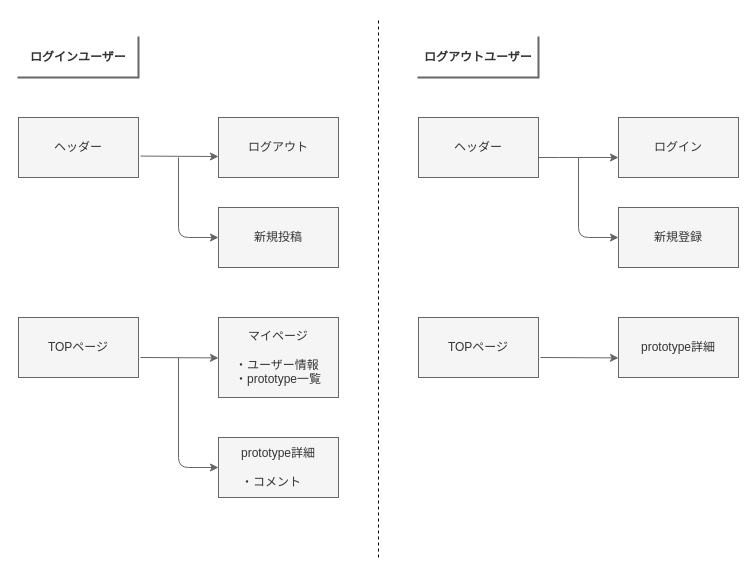
Before: page "画面遷移図" (2 of 2) of app/views/protospace.dio in rikakohira/protospace-38304, a draw.io diagram. Source tidied: cells renumbered, new cells numbered last; positions are measured from the earlier drawing's top-left corner, leaving out a move shared by most shapes. Both pictures are drawn from the tidied source at 100%, with x=0, y=0 at pixel (18, 17).
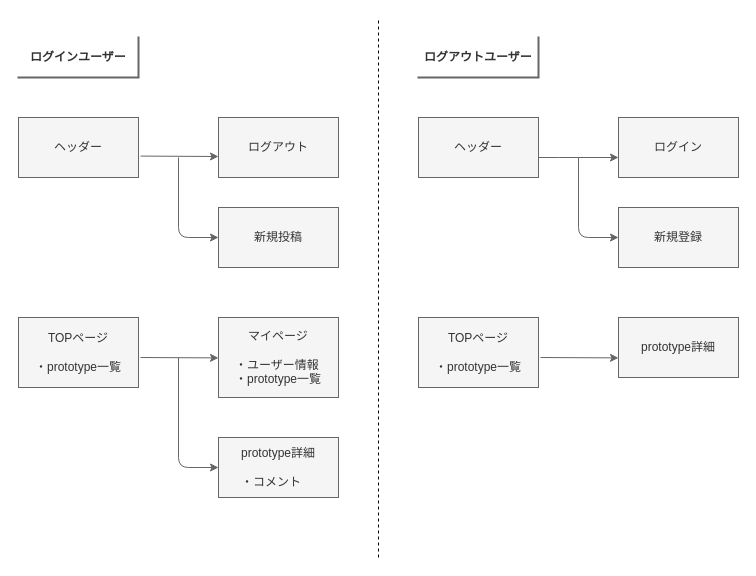
The same diagram, later.

The edit, as a diff of the source:
```diff
@@
-    <mxCell id="14" value="TOPページ" style="whiteSpace=wrap;html=1;strokeColor=#666666;fillColor=#f5f5f5;fontColor=#333333;" parent="1" vertex="1">
-      <mxGeometry y="300" width="120" height="60" as="geometry" />
+    <mxCell id="14" value="TOPページ&lt;br&gt;&lt;br&gt;&lt;div style=&quot;text-align: left&quot;&gt;&lt;span&gt;・prototype一覧&lt;/span&gt;&lt;/div&gt;" style="whiteSpace=wrap;html=1;strokeColor=#666666;fillColor=#f5f5f5;fontColor=#333333;" parent="1" vertex="1">
+      <mxGeometry y="300" width="120" height="70" as="geometry" />
     </mxCell>
@@
-    <mxCell id="19" value="TOPページ" style="whiteSpace=wrap;html=1;strokeColor=#666666;fillColor=#f5f5f5;fontColor=#333333;" parent="1" vertex="1">
-      <mxGeometry x="400" y="300" width="120" height="60" as="geometry" />
+    <mxCell id="19" value="TOPページ&lt;br&gt;&lt;br&gt;&lt;div style=&quot;text-align: left&quot;&gt;&lt;span&gt;・prototype一覧&lt;/span&gt;&lt;/div&gt;" style="whiteSpace=wrap;html=1;strokeColor=#666666;fillColor=#f5f5f5;fontColor=#333333;" parent="1" vertex="1">
+      <mxGeometry x="400" y="300" width="120" height="70" as="geometry" />
     </mxCell>
```
